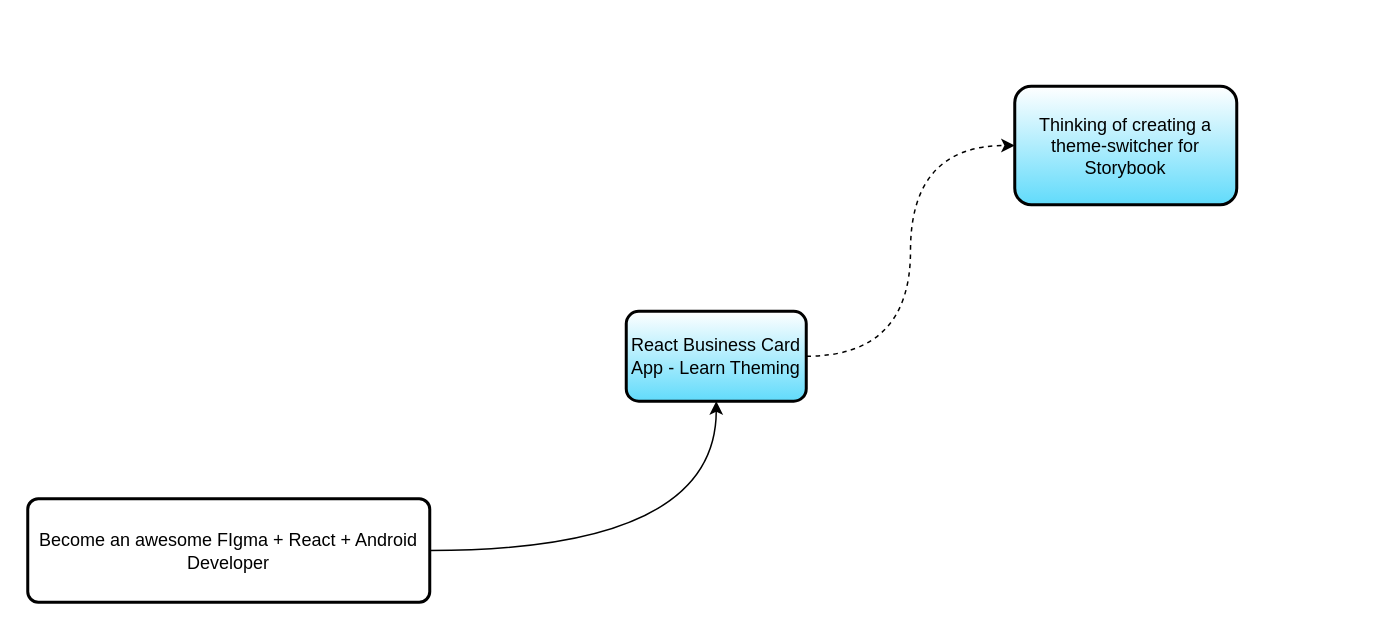
Above: my_path.drawio in appsparkler/draw.io (draw.io), before the change. Source tidied: cells renumbered, new cells numbered last; positions are measured from the earlier drawing's top-left corner, leaving out a move shared by most shapes. Both pictures are drawn from the tidied source at 150%, with x=0, y=0 at pixel (27, 86).
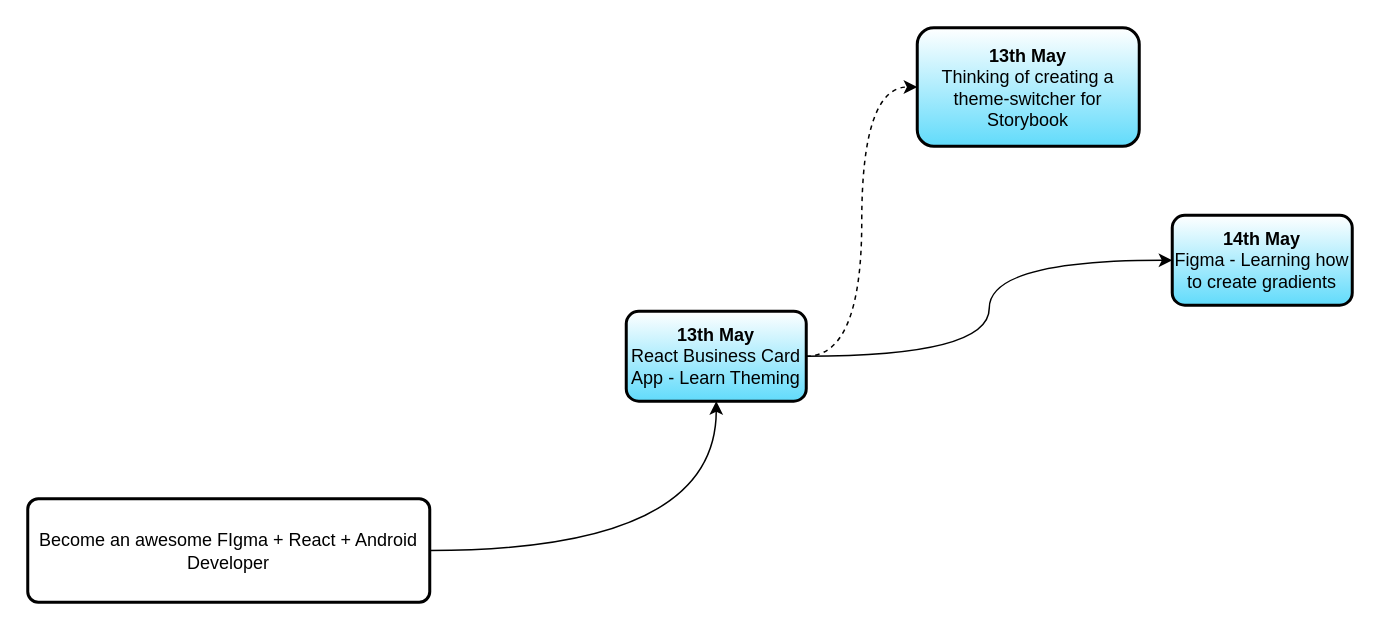
The same diagram, later.

Diff of the diagram source:
```diff
@@
 <mxGraphModel>
   <root>
     <mxCell id="0" />
     <mxCell id="1" parent="0" />
     <mxCell id="2" style="edgeStyle=orthogonalEdgeStyle;rounded=0;jettySize=auto;html=1;elbow=vertical;curved=1;" parent="1" edge="1" source="3" target="5">
       <mxGeometry relative="1" as="geometry" />
     </mxCell>
     <mxCell id="3" value="Become an awesome FIgma + React + Android Developer" style="rounded=1;whiteSpace=wrap;html=1;absoluteArcSize=1;arcSize=14;strokeWidth=2;" parent="1" vertex="1">
       <mxGeometry y="275" width="268" height="69" as="geometry" />
     </mxCell>
     <mxCell id="4" style="edgeStyle=orthogonalEdgeStyle;rounded=0;jettySize=auto;html=1;entryX=0;entryY=0.5;entryDx=0;entryDy=0;curved=1;dashed=1;" parent="1" edge="1" source="5" target="6">
       <mxGeometry relative="1" as="geometry" />
     </mxCell>
+    <mxCell id="7" style="edgeStyle=orthogonalEdgeStyle;rounded=0;jettySize=auto;html=1;entryX=0;entryY=0.5;entryDx=0;entryDy=0;curved=1;" parent="1" edge="1" source="5" target="8">
+      <mxGeometry relative="1" as="geometry" />
+    </mxCell>
-    <mxCell id="5" value="React Business Card App - Learn Theming" style="whiteSpace=wrap;html=1;rounded=1;arcSize=14;strokeWidth=2;gradientColor=#61dbfb;" parent="1" vertex="1">
+    <mxCell id="5" value="&lt;b&gt;13th May&lt;/b&gt;&lt;br&gt;React Business Card App - Learn Theming" style="whiteSpace=wrap;html=1;rounded=1;arcSize=14;strokeWidth=2;gradientColor=#61dbfb;" parent="1" vertex="1">
       <mxGeometry x="399" y="150" width="120" height="60" as="geometry" />
     </mxCell>
-    <mxCell id="6" value="&lt;div&gt;Thinking of creating a theme-switcher for Storybook&lt;/div&gt;" style="whiteSpace=wrap;html=1;rounded=1;arcSize=14;strokeWidth=2;gradientColor=#61dbfb;" parent="1" vertex="1">
-      <mxGeometry x="658" width="148" height="79" as="geometry" />
+    <mxCell id="6" value="&lt;div&gt;&lt;b&gt;13th May&lt;/b&gt;&lt;br&gt;Thinking of creating a theme-switcher for Storybook&lt;/div&gt;" style="whiteSpace=wrap;html=1;rounded=1;arcSize=14;strokeWidth=2;gradientColor=#61dbfb;" parent="1" vertex="1">
+      <mxGeometry x="593" y="-39" width="148" height="79" as="geometry" />
     </mxCell>
+    <mxCell id="8" value="&lt;b&gt;14th May&lt;/b&gt;&lt;br&gt;Figma - Learning how to create gradients" style="whiteSpace=wrap;html=1;rounded=1;arcSize=14;strokeWidth=2;gradientColor=#61dbfb;" parent="1" vertex="1">
+      <mxGeometry x="763" y="86" width="120" height="60" as="geometry" />
+    </mxCell>
   </root>
 </mxGraphModel>
```
